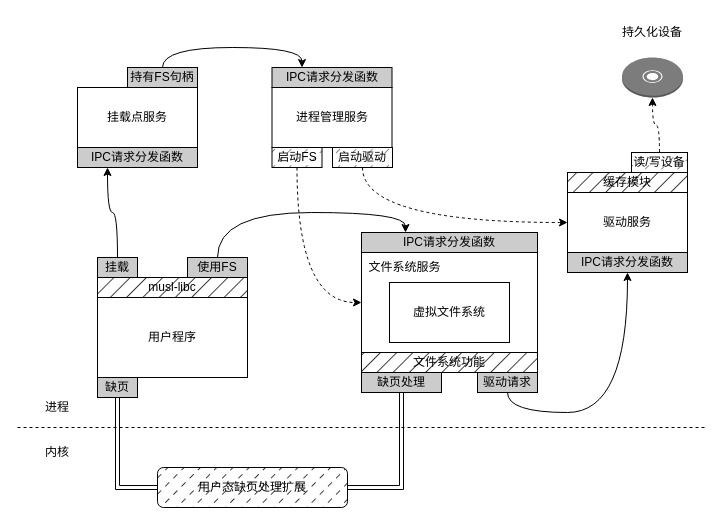
Above: vfs/chfs_architecture.drawio in ReimuYk/drawio_master_graduate_paper (draw.io), before the change. Source tidied: cells renumbered, new cells numbered last; positions are measured from the earlier drawing's top-left corner, leaving out a move shared by most shapes. Both pictures are drawn from the tidied source at 100%, with x=0, y=0 at pixel (17, 17).
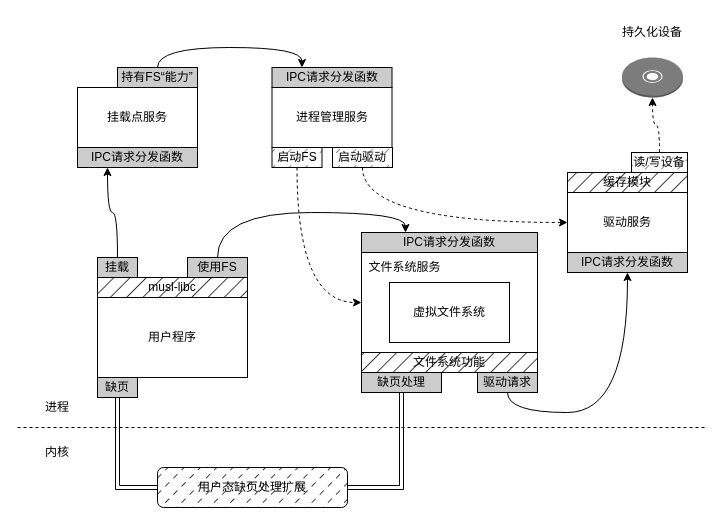
After the change.

What changed in the source:
```diff
@@
-    <mxCell id="15" value="持有FS句柄" style="rounded=0;whiteSpace=wrap;html=1;fillColor=#CCCCCC;" parent="1" vertex="1">
-      <mxGeometry x="110" y="50" width="70" height="20" as="geometry" />
+    <mxCell id="15" value="持有FS“能力”" style="rounded=0;whiteSpace=wrap;html=1;fillColor=#CCCCCC;" parent="1" vertex="1">
+      <mxGeometry x="100" y="50" width="80" height="20" as="geometry" />
     </mxCell>
```
